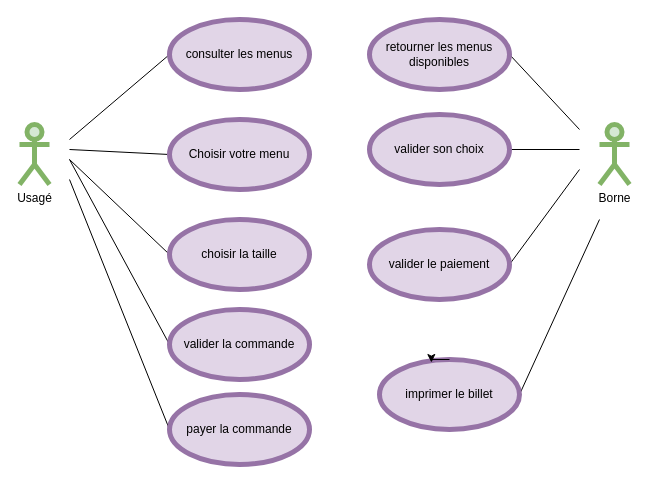
abdouazizcisse/fip-ipn-exam keeps this draw.io diagram as page "Domain" (1 of 3) of les diagrammes.drawio. Above is the earlier version. Source tidied: cells renumbered, new cells numbered last; positions are measured from the earlier drawing's top-left corner, leaving out a move shared by most shapes. Both pictures are drawn from the tidied source at 100%, with x=0, y=0 at pixel (19, 19).
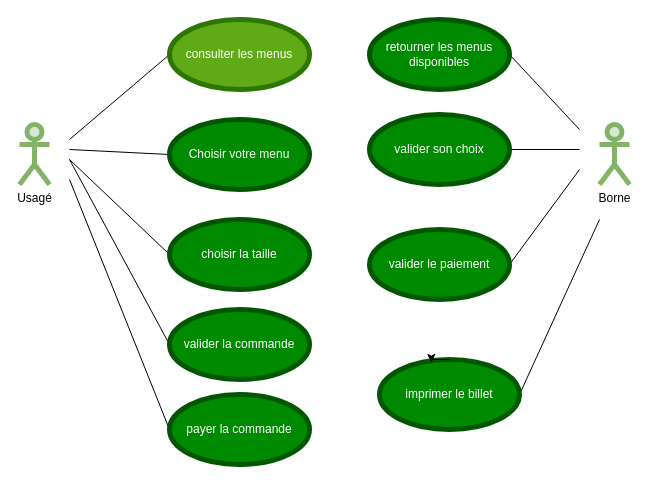
After the change.

Diff of the diagram source:
```diff
@@
-    <mxCell id="4" value="consulter les menus" style="ellipse;whiteSpace=wrap;html=1;fillColor=#e1d5e7;strokeColor=#9673a6;strokeWidth=5;" parent="1" vertex="1">
+    <mxCell id="4" value="consulter les menus" style="ellipse;whiteSpace=wrap;html=1;fillColor=#60a917;strokeColor=#2D7600;strokeWidth=5;fontColor=#ffffff;" parent="1" vertex="1">
       <mxGeometry x="150" width="140" height="70" as="geometry" />
     </mxCell>
@@
-    <mxCell id="6" value="Choisir votre menu" style="ellipse;whiteSpace=wrap;html=1;fillColor=#e1d5e7;strokeColor=#9673a6;strokeWidth=5;" parent="1" vertex="1">
+    <mxCell id="6" value="Choisir votre menu" style="ellipse;whiteSpace=wrap;html=1;fillColor=#008a00;strokeColor=#005700;strokeWidth=5;fontColor=#ffffff;" parent="1" vertex="1">
       <mxGeometry x="150" y="100" width="140" height="70" as="geometry" />
     </mxCell>
@@
-    <mxCell id="8" value="choisir la taille" style="ellipse;whiteSpace=wrap;html=1;fillColor=#e1d5e7;strokeColor=#9673a6;strokeWidth=5;" parent="1" vertex="1">
+    <mxCell id="8" value="choisir la taille" style="ellipse;whiteSpace=wrap;html=1;fillColor=#008a00;strokeColor=#005700;strokeWidth=5;fontColor=#ffffff;" parent="1" vertex="1">
       <mxGeometry x="150" y="200" width="140" height="70" as="geometry" />
     </mxCell>
@@
-    <mxCell id="11" value="valider le paiement" style="ellipse;whiteSpace=wrap;html=1;fillColor=#e1d5e7;strokeColor=#9673a6;strokeWidth=5;" parent="1" vertex="1">
+    <mxCell id="11" value="valider le paiement" style="ellipse;whiteSpace=wrap;html=1;fillColor=#008a00;strokeColor=#005700;strokeWidth=5;fontColor=#ffffff;" parent="1" vertex="1">
       <mxGeometry x="350" y="210" width="140" height="70" as="geometry" />
     </mxCell>
@@
-    <mxCell id="13" value="retourner les menus disponibles" style="ellipse;whiteSpace=wrap;html=1;fillColor=#e1d5e7;strokeColor=#9673a6;strokeWidth=5;" parent="1" vertex="1">
+    <mxCell id="13" value="retourner les menus disponibles" style="ellipse;whiteSpace=wrap;html=1;fillColor=#008a00;strokeColor=#005700;strokeWidth=5;fontColor=#ffffff;" parent="1" vertex="1">
       <mxGeometry x="350" width="140" height="70" as="geometry" />
     </mxCell>
@@
-    <mxCell id="15" value="valider son choix" style="ellipse;whiteSpace=wrap;html=1;fillColor=#e1d5e7;strokeColor=#9673a6;strokeWidth=5;" parent="1" vertex="1">
+    <mxCell id="15" value="valider son choix" style="ellipse;whiteSpace=wrap;html=1;fillColor=#008a00;strokeColor=#005700;strokeWidth=5;fontColor=#ffffff;" parent="1" vertex="1">
       <mxGeometry x="350" y="95" width="140" height="70" as="geometry" />
     </mxCell>
@@
-    <mxCell id="17" value="payer la commande" style="ellipse;whiteSpace=wrap;html=1;fillColor=#e1d5e7;strokeColor=#9673a6;strokeWidth=5;" parent="1" vertex="1">
+    <mxCell id="17" value="payer la commande" style="ellipse;whiteSpace=wrap;html=1;fillColor=#008a00;strokeColor=#005700;strokeWidth=5;fontColor=#ffffff;" parent="1" vertex="1">
       <mxGeometry x="150" y="375" width="140" height="70" as="geometry" />
     </mxCell>
@@
-    <mxCell id="19" value="valider la commande" style="ellipse;whiteSpace=wrap;html=1;fillColor=#e1d5e7;strokeColor=#9673a6;strokeWidth=5;" parent="1" vertex="1">
+    <mxCell id="19" value="valider la commande" style="ellipse;whiteSpace=wrap;html=1;fillColor=#008a00;strokeColor=#005700;strokeWidth=5;fontColor=#ffffff;" parent="1" vertex="1">
       <mxGeometry x="150" y="290" width="140" height="70" as="geometry" />
     </mxCell>
@@
-    <mxCell id="21" value="imprimer le billet" style="ellipse;whiteSpace=wrap;html=1;fillColor=#e1d5e7;strokeColor=#9673a6;strokeWidth=5;" parent="1" vertex="1">
+    <mxCell id="21" value="imprimer le billet" style="ellipse;whiteSpace=wrap;html=1;fillColor=#008a00;strokeColor=#005700;strokeWidth=5;fontColor=#ffffff;" parent="1" vertex="1">
       <mxGeometry x="360" y="340" width="140" height="70" as="geometry" />
     </mxCell>
```
